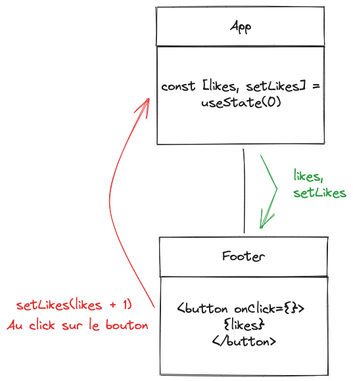
Above: cours/ou_stocker_les_donnees.excalidraw.png in VinceBmmrt/converter-v1 (Excalidraw), before the change. Source tidied: one line per element, renumbered; positions are measured from the earlier drawing's top-left corner, leaving out a move shared by most shapes.
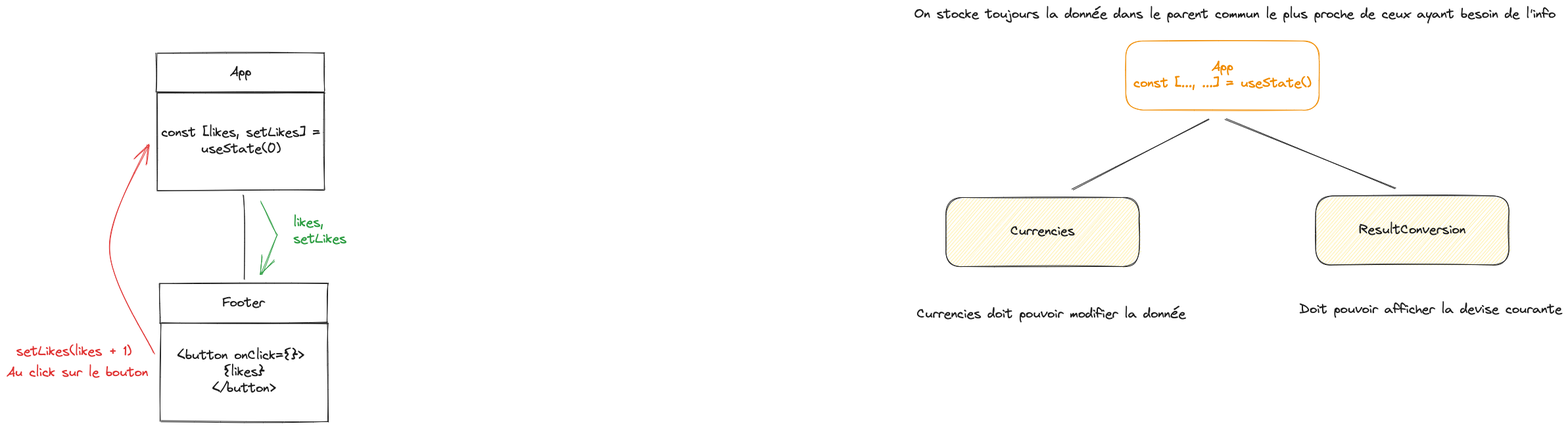
Later version of the same file.

Commit message:
création de notre variable currency dans APP + props sur ResultConversion en passant les données nécessaire de notre currency

The edit, as a diff of the source:
```diff
@@ -12,3 +12,14 @@
 {"id": 11, "type": "arrow", "strokeColor": "#e03131", "strokeWidth": 1, "roughness": 1, "endArrowhead": "arrow", "round": true, "from": 6, "to": 2, "x": 224, "y": 458, "width": 68, "height": 317, "points": [[0, 0], [-68, -158], [-9, -317]]}
 {"id": 12, "type": "text", "text": "Au click sur le bouton", "strokeColor": "#e03131", "strokeWidth": 1, "roughness": 1, "fontSize": 20, "fontFamily": 1, "x": 0, "y": 474, "width": 215, "height": 25}
 {"id": 13, "type": "text", "text": "setLikes(likes + 1)", "strokeColor": "#e03131", "strokeWidth": 1, "roughness": 1, "fontSize": 20, "fontFamily": 1, "x": 15, "y": 443, "width": 175, "height": 25}
+{"id": 14, "type": "rectangle", "strokeColor": "#f08c00", "strokeWidth": 1, "roughness": 1, "round": true, "x": 1702, "y": -18, "width": 294, "height": 105}
+{"id": 15, "type": "text", "text": "App\nconst [..., ...] = useState()", "strokeColor": "#f08c00", "strokeWidth": 1, "roughness": 1, "fontSize": 20, "fontFamily": 1, "textAlign": "center", "verticalAlign": "middle", "inside": 14, "x": 1714, "y": 10, "width": 270, "height": 50}
+{"id": 16, "type": "rectangle", "strokeColor": "#1e1e1e", "backgroundColor": "#ffec99", "fillStyle": "hachure", "strokeWidth": 1, "roughness": 1, "round": true, "x": 1429, "y": 220, "width": 294, "height": 105}
+{"id": 17, "type": "text", "text": "Currencies", "strokeColor": "#1e1e1e", "strokeWidth": 1, "roughness": 1, "fontSize": 20, "fontFamily": 1, "textAlign": "center", "verticalAlign": "middle", "inside": 16, "x": 1527, "y": 260, "width": 98, "height": 25}
+{"id": 18, "type": "rectangle", "strokeColor": "#1e1e1e", "backgroundColor": "#ffec99", "fillStyle": "hachure", "strokeWidth": 1, "roughness": 1, "round": true, "x": 1991, "y": 218, "width": 294, "height": 105}
+{"id": 19, "type": "text", "text": "ResultConversion", "strokeColor": "#1e1e1e", "strokeWidth": 1, "roughness": 1, "fontSize": 20, "fontFamily": 1, "textAlign": "center", "verticalAlign": "middle", "inside": 18, "x": 2057, "y": 258, "width": 162, "height": 25}
+{"id": 20, "type": "arrow", "strokeColor": "#1e1e1e", "strokeWidth": 1, "roughness": 1, "round": true, "from": 14, "to": 16, "x": 1828, "y": 101, "width": 207, "height": 107, "points": [[0, 0], [-207, 107]]}
+{"id": 21, "type": "arrow", "strokeColor": "#1e1e1e", "strokeWidth": 1, "roughness": 1, "round": true, "from": 14, "to": 18, "x": 1853, "y": 102, "width": 260, "height": 105, "points": [[0, 0], [260, 105]]}
+{"id": 22, "type": "text", "text": "Currencies doit pouvoir modifier la donnée", "strokeColor": "#1e1e1e", "backgroundColor": "#ffec99", "fillStyle": "hachure", "strokeWidth": 1, "roughness": 1, "fontSize": 20, "fontFamily": 1, "x": 1384, "y": 386, "width": 409, "height": 25}
+{"id": 23, "type": "text", "text": "Doit pouvoir afficher la devise courante", "strokeColor": "#1e1e1e", "backgroundColor": "#ffec99", "fillStyle": "hachure", "strokeWidth": 1, "roughness": 1, "fontSize": 20, "fontFamily": 1, "x": 1967, "y": 379, "width": 399, "height": 25}
+{"id": 24, "type": "text", "text": "On stocke toujours la donnée dans le parent commun le plus proche de ceux ayant besoin de l'info", "strokeColor": "#1e1e1e", "backgroundColor": "#ffec99", "fillStyle": "hachure", "strokeWidth": 1, "roughness": 1, "fontSize": 20, "fontFamily": 1, "x": 1381, "y": -70, "width": 975, "height": 25}
```
